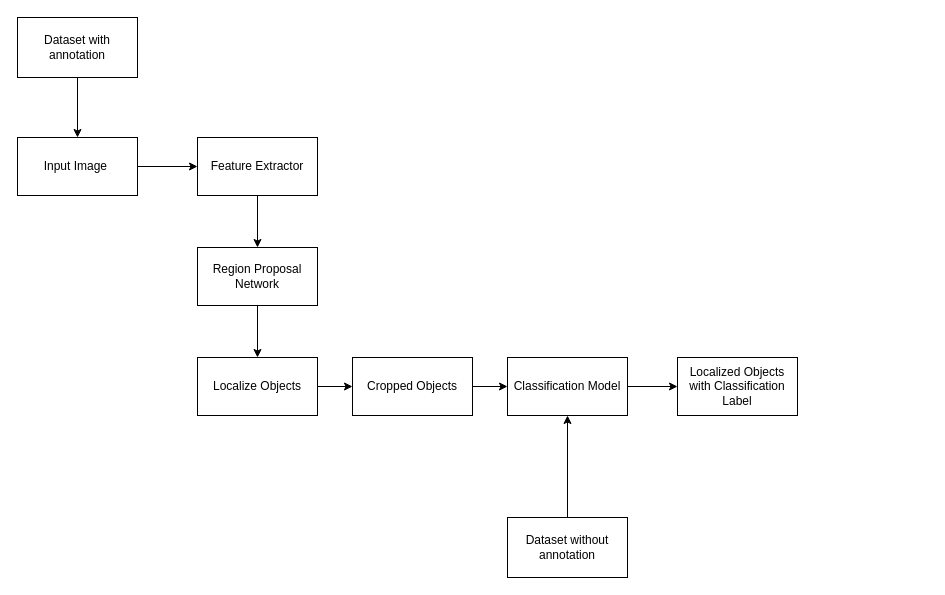
Before: Untitled Diagram.drawio in dhrubapuc23/Computer-Vision, a draw.io diagram. Source tidied: cells renumbered, new cells numbered last; positions are measured from the earlier drawing's top-left corner, leaving out a move shared by most shapes. Both pictures are drawn from the tidied source at 100%, with x=0, y=0 at pixel (17, 17).
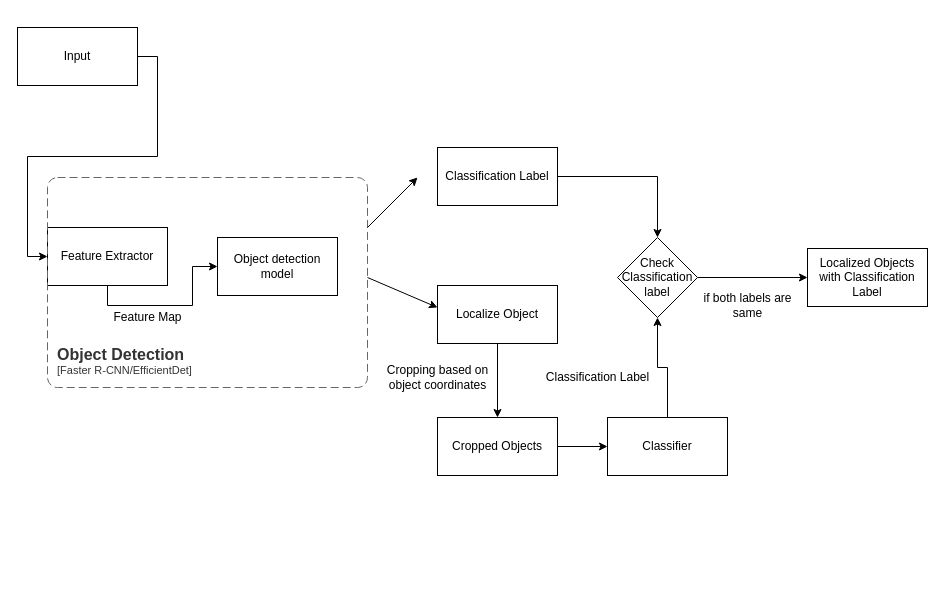
The same diagram, later.

Diff of the diagram source:
```diff
@@
-    <mxCell id="3" value="Input Image&amp;nbsp;" style="rounded=0;whiteSpace=wrap;html=1;" parent="1" vertex="1">
-      <mxGeometry y="120" width="120" height="58" as="geometry" />
+    <mxCell id="3" value="Input " style="rounded=0;whiteSpace=wrap;html=1;" parent="1" vertex="1">
+      <mxGeometry y="10" width="120" height="58" as="geometry" />
     </mxCell>
@@
     <mxCell id="5" value="Feature Extractor" style="rounded=0;whiteSpace=wrap;html=1;" parent="1" vertex="1">
-      <mxGeometry x="180" y="120" width="120" height="58" as="geometry" />
+      <mxGeometry x="30" y="210" width="120" height="58" as="geometry" />
     </mxCell>
-    <mxCell id="6" style="edgeStyle=orthogonalEdgeStyle;rounded=0;jettySize=auto;html=1;exitX=0.5;exitY=1;exitDx=0;exitDy=0;" parent="1" edge="1" source="7" target="9">
-      <mxGeometry relative="1" as="geometry" />
-    </mxCell>
-    <mxCell id="7" value="Region Proposal Network" style="rounded=0;whiteSpace=wrap;html=1;" parent="1" vertex="1">
-      <mxGeometry x="180" y="230" width="120" height="58" as="geometry" />
+    <mxCell id="7" value="Object detection model" style="rounded=0;whiteSpace=wrap;html=1;" parent="1" vertex="1">
+      <mxGeometry x="200" y="220" width="120" height="58" as="geometry" />
     </mxCell>
-    <mxCell id="8" style="edgeStyle=orthogonalEdgeStyle;rounded=0;jettySize=auto;html=1;entryX=0;entryY=0.5;entryDx=0;entryDy=0;" parent="1" edge="1" source="9" target="13">
+    <mxCell id="8" style="edgeStyle=orthogonalEdgeStyle;rounded=0;jettySize=auto;html=1;exitX=0.5;exitY=1;exitDx=0;exitDy=0;" parent="1" edge="1" source="9" target="13">
       <mxGeometry relative="1" as="geometry" />
     </mxCell>
-    <mxCell id="9" value="Localize Objects" style="rounded=0;whiteSpace=wrap;html=1;" parent="1" vertex="1">
-      <mxGeometry x="180" y="340" width="120" height="58" as="geometry" />
+    <mxCell id="9" value="Localize Object" style="rounded=0;whiteSpace=wrap;html=1;" parent="1" vertex="1">
+      <mxGeometry x="420" y="268" width="120" height="58" as="geometry" />
     </mxCell>
-    <mxCell id="10" style="edgeStyle=orthogonalEdgeStyle;rounded=0;jettySize=auto;html=1;exitX=1;exitY=0.5;exitDx=0;exitDy=0;entryX=0;entryY=0.5;entryDx=0;entryDy=0;" parent="1" edge="1" source="11" target="14">
-      <mxGeometry relative="1" as="geometry" />
-    </mxCell>
+    <mxCell id="19" style="edgeStyle=orthogonalEdgeStyle;rounded=0;jettySize=auto;html=1;exitX=0.5;exitY=0;exitDx=0;exitDy=0;entryX=0.5;entryY=1;entryDx=0;entryDy=0;" parent="1" edge="1" source="11" target="27">
+      <mxGeometry relative="1" as="geometry" />
+    </mxCell>
-    <mxCell id="11" value="Classification Model" style="rounded=0;whiteSpace=wrap;html=1;" parent="1" vertex="1">
-      <mxGeometry x="490" y="340" width="120" height="58" as="geometry" />
+    <mxCell id="11" value="Classifier" style="rounded=0;whiteSpace=wrap;html=1;" parent="1" vertex="1">
+      <mxGeometry x="590" y="400" width="120" height="58" as="geometry" />
     </mxCell>
@@
     <mxCell id="13" value="Cropped Objects" style="rounded=0;whiteSpace=wrap;html=1;" parent="1" vertex="1">
-      <mxGeometry x="335" y="340" width="120" height="58" as="geometry" />
+      <mxGeometry x="420" y="400" width="120" height="58" as="geometry" />
     </mxCell>
     <mxCell id="14" value="Localized Objects with Classification Label" style="rounded=0;whiteSpace=wrap;html=1;" parent="1" vertex="1">
-      <mxGeometry x="660" y="340" width="120" height="58" as="geometry" />
+      <mxGeometry x="790" y="231" width="120" height="58" as="geometry" />
     </mxCell>
-    <mxCell id="15" style="edgeStyle=orthogonalEdgeStyle;rounded=0;jettySize=auto;html=1;exitX=0.5;exitY=1;exitDx=0;exitDy=0;entryX=0.5;entryY=0;entryDx=0;entryDy=0;" parent="1" edge="1" source="16" target="3">
-      <mxGeometry relative="1" as="geometry" />
-    </mxCell>
-    <mxCell id="16" value="Dataset with annotation" style="rounded=0;whiteSpace=wrap;html=1;" parent="1" vertex="1">
-      <mxGeometry width="120" height="60" as="geometry" />
-    </mxCell>
-    <mxCell id="17" style="edgeStyle=orthogonalEdgeStyle;rounded=0;jettySize=auto;html=1;exitX=0.5;exitY=0;exitDx=0;exitDy=0;entryX=0.5;entryY=1;entryDx=0;entryDy=0;" parent="1" edge="1" source="18" target="11">
-      <mxGeometry relative="1" as="geometry" />
-    </mxCell>
-    <mxCell id="18" value="Dataset without annotation" style="rounded=0;whiteSpace=wrap;html=1;" parent="1" vertex="1">
-      <mxGeometry x="490" y="500" width="120" height="60" as="geometry" />
-    </mxCell>
+    <mxCell id="20" value="Feature Map" style="text;html=1;align=center;verticalAlign=middle;fillColor=none;strokeColor=none;rounded=0;" parent="1" vertex="1">
+      <mxGeometry x="90" y="290" width="80" height="20" as="geometry" />
+    </mxCell>
+    <object id="21" label="&lt;font style=&quot;font-size: 16px&quot;&gt;&lt;b&gt;&lt;div style=&quot;text-align: left&quot;&gt;%c4Name%&lt;/div&gt;&lt;/b&gt;&lt;/font&gt;&lt;div style=&quot;text-align: left&quot;&gt;[%c4Application%]&lt;/div&gt;" c4Application="Faster R-CNN/EfficientDet" c4Name="Object Detection" placeholders="1">
+      <mxCell style="rounded=1;fontSize=11;whiteSpace=wrap;html=1;dashed=1;arcSize=20;fillColor=none;strokeColor=#666666;fontColor=#333333;labelBackgroundColor=none;align=left;verticalAlign=bottom;labelBorderColor=none;spacingTop=0;spacing=10;dashPattern=8 4;perimeter=rectanglePerimeter;noLabel=0;labelPadding=0;absoluteArcSize=1;" parent="1" vertex="1">
+        <mxGeometry x="30" y="160" width="320" height="210" as="geometry" />
+      </mxCell>
+    </object>
+    <mxCell id="22" style="endArrow=classic;html=1;rounded=0;" parent="1" edge="1">
+      <mxGeometry relative="1" as="geometry">
+        <mxPoint x="350" y="210" as="sourcePoint" />
+        <mxPoint x="400" y="160" as="targetPoint" />
+      </mxGeometry>
+    </mxCell>
+    <mxCell id="23" style="endArrow=classic;html=1;rounded=0;" parent="1" edge="1">
+      <mxGeometry relative="1" as="geometry">
+        <mxPoint x="350" y="260" as="sourcePoint" />
+        <mxPoint x="420" y="290" as="targetPoint" />
+      </mxGeometry>
+    </mxCell>
+    <mxCell id="24" style="edgeStyle=orthogonalEdgeStyle;rounded=0;jettySize=auto;html=1;exitX=1;exitY=0.5;exitDx=0;exitDy=0;entryX=0.5;entryY=0;entryDx=0;entryDy=0;" parent="1" edge="1" source="25" target="27">
+      <mxGeometry relative="1" as="geometry" />
+    </mxCell>
+    <mxCell id="25" value="Classification Label" style="rounded=0;whiteSpace=wrap;html=1;" parent="1" vertex="1">
+      <mxGeometry x="420" y="130" width="120" height="58" as="geometry" />
+    </mxCell>
+    <mxCell id="26" style="edgeStyle=orthogonalEdgeStyle;rounded=0;jettySize=auto;html=1;" parent="1" edge="1" source="27" target="14">
+      <mxGeometry relative="1" as="geometry" />
+    </mxCell>
+    <mxCell id="27" value="Check Classification label" style="rhombus;whiteSpace=wrap;html=1;" parent="1" vertex="1">
+      <mxGeometry x="600" y="220" width="80" height="80" as="geometry" />
+    </mxCell>
+    <mxCell id="28" value="Classification Label" style="text;html=1;align=center;verticalAlign=middle;fillColor=none;strokeColor=none;rounded=0;" parent="1" vertex="1">
+      <mxGeometry x="520" y="350" width="120" height="20" as="geometry" />
+    </mxCell>
+    <mxCell id="29" value="if both labels are&lt;br&gt; same" style="text;html=1;align=center;verticalAlign=middle;fillColor=none;strokeColor=none;rounded=0;" parent="1" vertex="1">
+      <mxGeometry x="675" y="273" width="110" height="30" as="geometry" />
+    </mxCell>
+    <mxCell id="30" value="Cropping based on &lt;br&gt;object coordinates " style="text;html=1;align=center;verticalAlign=middle;fillColor=none;strokeColor=none;rounded=0;" parent="1" vertex="1">
+      <mxGeometry x="360" y="345" width="120" height="30" as="geometry" />
+    </mxCell>
```
